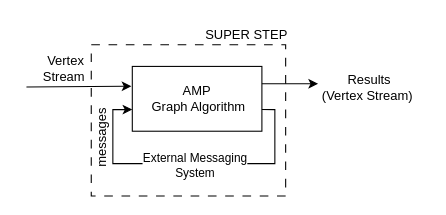
Earlier version of the draw.io diagram page "AMP" (4 of 9) of All execution models.drawio (komzy/FlinkPregelPaper). Source tidied: cells renumbered, new cells numbered last; positions are measured from the earlier drawing's top-left corner, leaving out a move shared by most shapes. Both pictures are drawn from the tidied source at 108%, with x=0, y=0 at pixel (26, 18).
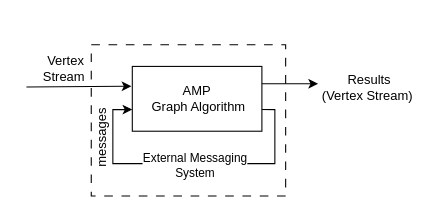
The same page after the edit.

The edit, as a diff of the source:
```diff
@@
 <mxGraphModel>
   <root>
     <mxCell id="0" />
     <mxCell id="1" parent="0" />
     <mxCell id="2" style="rounded=0;whiteSpace=wrap;html=1;fillColor=none;dashed=1;dashPattern=8 8;" parent="1" vertex="1">
       <mxGeometry x="60" y="24" width="180" height="140" as="geometry" />
     </mxCell>
     <mxCell id="3" value="AMP&lt;div&gt;&amp;nbsp;Graph Algorithm&lt;/div&gt;" style="rounded=0;whiteSpace=wrap;html=1;" parent="1" vertex="1">
       <mxGeometry x="98" y="44" width="120" height="60" as="geometry" />
     </mxCell>
     <mxCell id="4" style="endArrow=classic;html=1;rounded=0;entryX=-0.007;entryY=0.306;entryDx=0;entryDy=0;entryPerimeter=0;" parent="1" edge="1" target="3">
       <mxGeometry relative="1" as="geometry">
         <mxPoint y="63" as="sourcePoint" />
       </mxGeometry>
     </mxCell>
     <mxCell id="5" style="endArrow=classic;html=1;rounded=0;curved=0;exitX=1;exitY=0.666;exitDx=0;exitDy=0;exitPerimeter=0;" parent="1" edge="1" source="3">
       <mxGeometry relative="1" as="geometry">
         <mxPoint x="98" y="84" as="targetPoint" />
         <Array as="points">
           <mxPoint x="230" y="84" />
           <mxPoint x="230" y="134" />
           <mxPoint x="80" y="134" />
           <mxPoint x="80" y="84" />
         </Array>
       </mxGeometry>
     </mxCell>
     <mxCell id="6" value="External Messaging&lt;div&gt;System&lt;/div&gt;" style="edgeLabel;html=1;align=center;verticalAlign=middle;" parent="5" vertex="1">
       <mxGeometry x="-0.03" y="1" relative="1" as="geometry">
         <mxPoint x="-1" as="offset" />
       </mxGeometry>
     </mxCell>
     <mxCell id="7" style="endArrow=classic;html=1;rounded=0;" parent="1" edge="1">
       <mxGeometry relative="1" as="geometry">
         <mxPoint x="218" y="60" as="sourcePoint" />
         <mxPoint x="270" y="60" as="targetPoint" />
       </mxGeometry>
     </mxCell>
     <mxCell id="8" value="&amp;nbsp;Results&lt;div&gt;(Vertex Stream)&lt;/div&gt;" style="text;html=1;whiteSpace=wrap;strokeColor=none;fillColor=none;align=center;verticalAlign=middle;rounded=0;" parent="1" vertex="1">
       <mxGeometry x="261" y="44" width="110" height="40" as="geometry" />
     </mxCell>
     <mxCell id="9" value="&amp;nbsp;Vertex&lt;div&gt;Stream&lt;/div&gt;" style="text;html=1;whiteSpace=wrap;strokeColor=none;fillColor=none;align=center;verticalAlign=middle;rounded=0;" parent="1" vertex="1">
       <mxGeometry x="5" y="31" width="60" height="30" as="geometry" />
     </mxCell>
-    <mxCell id="10" value="SUPER STEP" style="text;html=1;whiteSpace=wrap;strokeColor=none;fillColor=none;align=center;verticalAlign=middle;rounded=0;" parent="1" vertex="1">
-      <mxGeometry x="159" width="90" height="30" as="geometry" />
-    </mxCell>
     <mxCell id="11" value="messages" style="text;html=1;whiteSpace=wrap;strokeColor=none;fillColor=none;align=center;verticalAlign=middle;rounded=0;horizontal=0;" parent="1" vertex="1">
       <mxGeometry x="30" y="95" width="80" height="30" as="geometry" />
     </mxCell>
   </root>
 </mxGraphModel>
```
